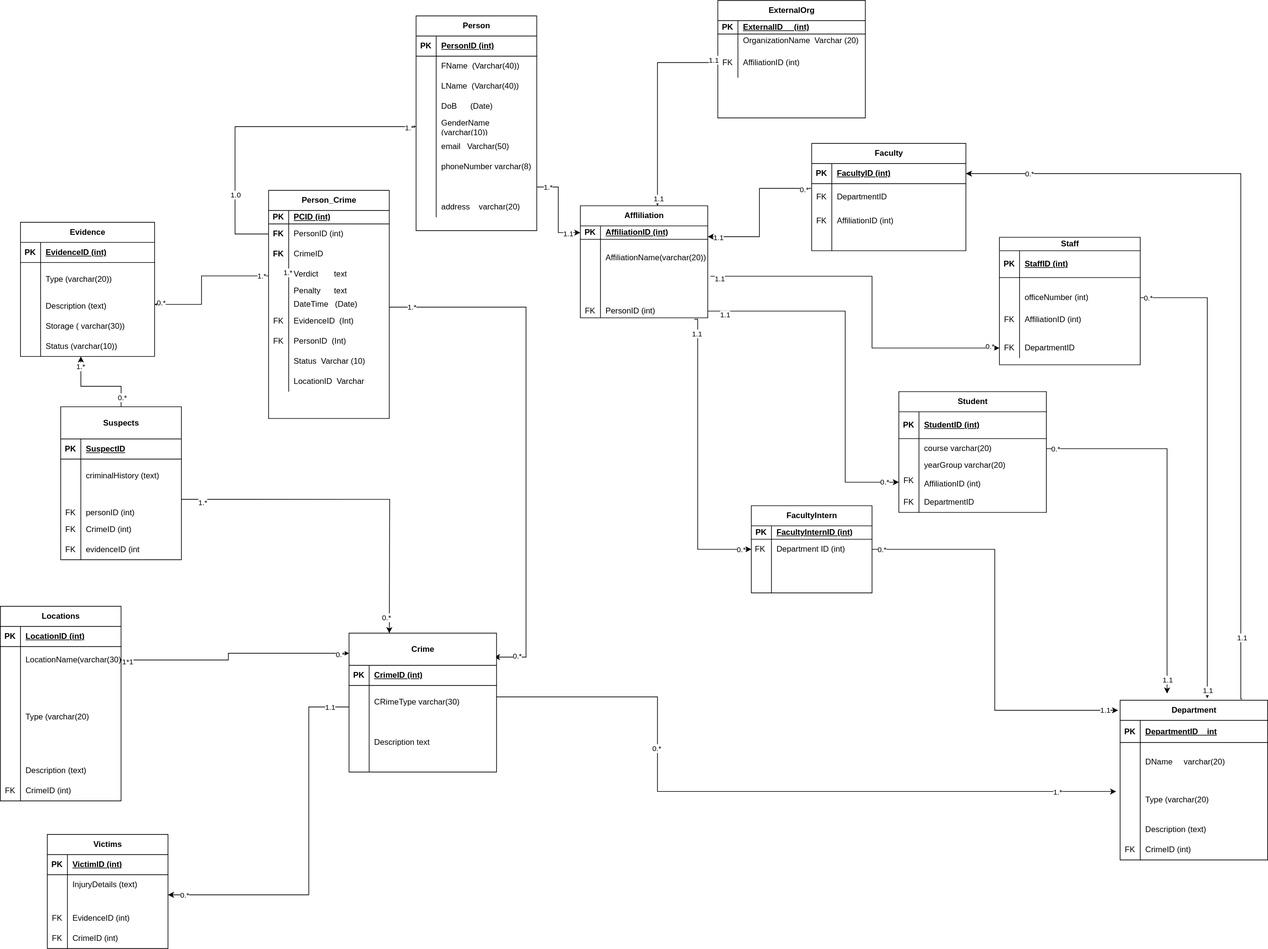
Priscile2/Diagrams keeps this draw.io diagram as Untitled Diagram.drawio.svg. Above is the earlier version. Source tidied: cells renumbered, new cells last; positions are measured from the earlier drawing's top-left corner, leaving out a move shared by most shapes.
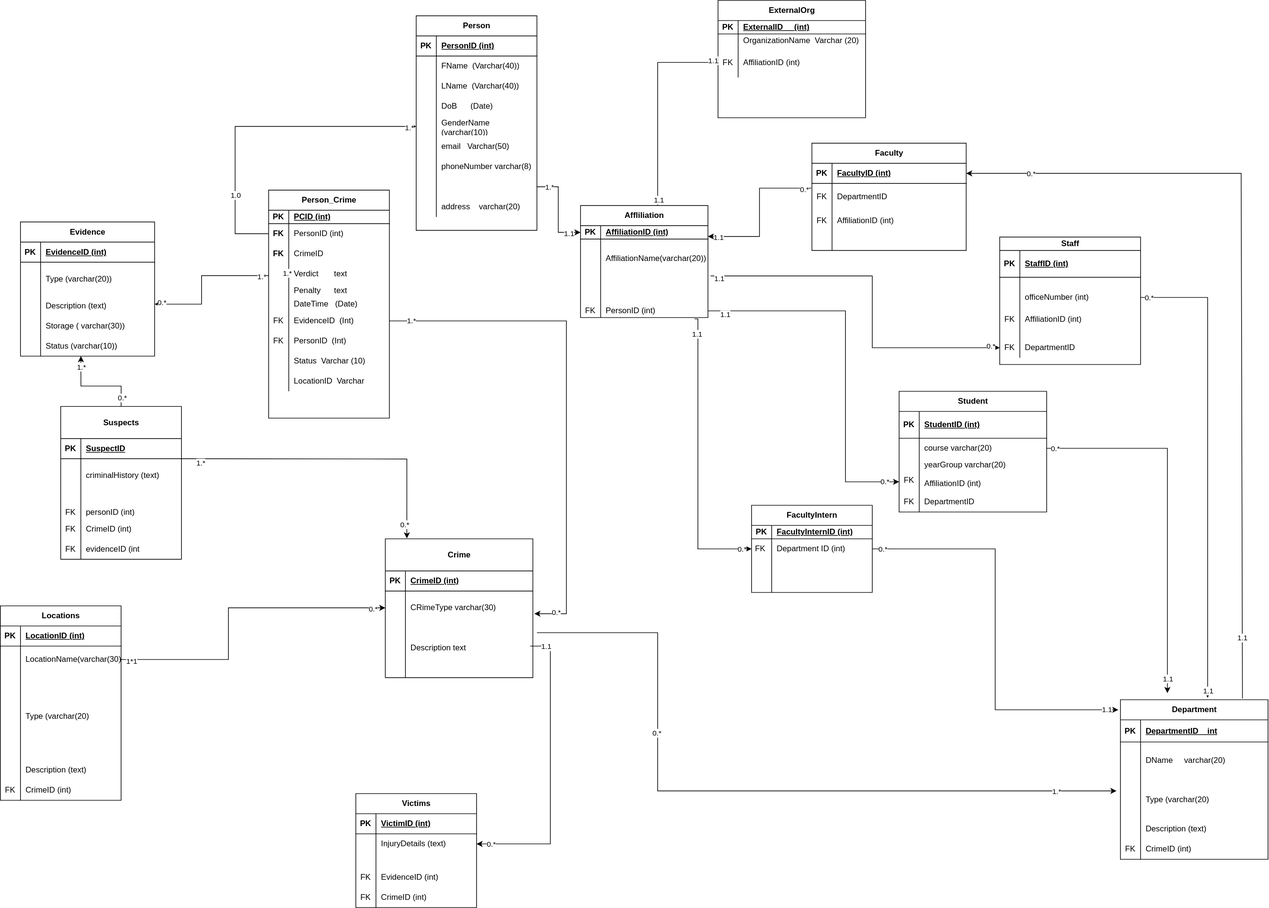
After the change.

The edit, as a diff of the source:
```diff
@@ -479,9 +479,9 @@
     <mxCell id="160" value="AffiliationID (int)" style="shape=partialRectangle;fillColor=none;top=0;left=0;bottom=0;right=0;align=left;spacingLeft=6;overflow=hidden;whiteSpace=wrap;html=1;" parent="158" vertex="1">
       <mxGeometry x="30" width="190" height="45" as="geometry" />
     </mxCell>
-    <mxCell id="161" style="edgeStyle=elbowEdgeStyle;rounded=0;jettySize=auto;html=1;exitX=1;exitY=0.5;exitDx=0;exitDy=0;entryX=-0.027;entryY=0.276;entryDx=0;entryDy=0;entryPerimeter=0;" parent="1" edge="1" target="53">
+    <mxCell id="161" style="edgeStyle=elbowEdgeStyle;rounded=0;jettySize=auto;html=1;entryX=-0.027;entryY=0.276;entryDx=0;entryDy=0;entryPerimeter=0;" parent="1" edge="1" target="53">
       <mxGeometry relative="1" as="geometry">
-        <mxPoint x="740" y="1038" as="sourcePoint" />
+        <mxPoint x="800" y="943" as="sourcePoint" />
         <Array as="points">
           <mxPoint x="980" y="1013" />
         </Array>
@@ -496,7 +496,7 @@
       <mxGeometry x="-0.4" y="-2" relative="1" as="geometry" />
     </mxCell>
     <mxCell id="164" value="Victims" style="shape=table;startSize=30;rowLines=0;fontStyle=1;align=center;html=1;" parent="1" vertex="1">
-      <mxGeometry x="70" y="1243" width="180" height="170" as="geometry" />
+      <mxGeometry x="530" y="1183" width="180" height="170" as="geometry" />
     </mxCell>
     <mxCell id="165" style="shape=tableRow;horizontal=0;startSize=0;swimlaneHead=0;swimlaneBody=0;fillColor=none;top=0;left=0;right=0;bottom=1;" parent="164" vertex="1">
       <mxGeometry y="30" width="180" height="30" as="geometry" />
@@ -652,12 +652,11 @@
     <mxCell id="214" value="1.0" style="edgeLabel;html=1;align=center;verticalAlign=middle;" parent="212" vertex="1">
       <mxGeometry x="-0.55" relative="1" as="geometry" />
     </mxCell>
-    <mxCell id="215" style="edgeStyle=elbowEdgeStyle;rounded=0;orthogonalLoop=1;jettySize=auto;html=1;entryX=0.51;entryY=-0.467;entryDx=0;entryDy=0;entryPerimeter=0;" parent="1" edge="1">
+    <mxCell id="215" style="edgeStyle=elbowEdgeStyle;rounded=0;jettySize=auto;html=1;entryX=0.51;entryY=-0.467;entryDx=0;entryDy=0;entryPerimeter=0;exitX=1;exitY=0.5;exitDx=0;exitDy=0;" parent="1" edge="1" source="97">
       <mxGeometry relative="1" as="geometry">
-        <mxPoint x="580" y="457" as="sourcePoint" />
-        <mxPoint x="736.2" y="978.7" as="targetPoint" />
+        <mxPoint x="796.2" y="914.7" as="targetPoint" />
         <Array as="points">
-          <mxPoint x="784" y="718" />
+          <mxPoint x="844" y="654" />
         </Array>
       </mxGeometry>
     </mxCell>
@@ -776,12 +775,11 @@
     <mxCell id="239" value="1.*" style="edgeLabel;html=1;align=center;verticalAlign=middle;" parent="236" vertex="1">
       <mxGeometry x="-0.9" relative="1" as="geometry" />
     </mxCell>
-    <mxCell id="240" style="edgeStyle=elbowEdgeStyle;rounded=0;orthogonalLoop=1;jettySize=auto;html=1;entryX=1;entryY=0.5;entryDx=0;entryDy=0;exitX=0;exitY=0.5;exitDx=0;exitDy=0;" parent="1" edge="1">
+    <mxCell id="240" style="edgeStyle=elbowEdgeStyle;rounded=0;jettySize=auto;html=1;entryX=1;entryY=0.5;entryDx=0;entryDy=0;" parent="1" edge="1" target="168">
       <mxGeometry relative="1" as="geometry">
-        <mxPoint x="520" y="1053" as="sourcePoint" />
-        <mxPoint x="250" y="1333" as="targetPoint" />
+        <mxPoint x="790" y="963" as="sourcePoint" />
         <Array as="points">
-          <mxPoint x="460" y="1258" />
+          <mxPoint x="820" y="1103" />
         </Array>
       </mxGeometry>
     </mxCell>
@@ -791,10 +789,9 @@
     <mxCell id="242" value="0.*" style="edgeLabel;html=1;align=center;verticalAlign=middle;" parent="240" vertex="1">
       <mxGeometry x="0.91" relative="1" as="geometry" />
     </mxCell>
-    <mxCell id="243" style="edgeStyle=elbowEdgeStyle;rounded=0;orthogonalLoop=1;jettySize=auto;html=1;exitX=1;exitY=0.5;exitDx=0;exitDy=0;entryX=0;entryY=0.5;entryDx=0;entryDy=0;" parent="1" edge="1">
+    <mxCell id="243" style="edgeStyle=elbowEdgeStyle;rounded=0;jettySize=auto;html=1;exitX=1;exitY=0.5;exitDx=0;exitDy=0;entryX=0;entryY=0.5;entryDx=0;entryDy=0;" parent="1" edge="1" target="292">
       <mxGeometry relative="1" as="geometry">
         <mxPoint x="180" y="983" as="sourcePoint" />
-        <mxPoint x="520" y="973" as="targetPoint" />
         <Array as="points">
           <mxPoint x="340" y="888" />
         </Array>
@@ -938,9 +935,9 @@
     <mxCell id="284" value="evidenceID (int" style="shape=partialRectangle;fillColor=none;top=0;left=0;bottom=0;right=0;align=left;spacingLeft=6;overflow=hidden;whiteSpace=wrap;html=1;" parent="282" vertex="1">
       <mxGeometry x="30" width="150" height="30" as="geometry" />
     </mxCell>
-    <mxCell id="285" style="edgeStyle=orthogonalEdgeStyle;rounded=0;jettySize=auto;html=1;exitX=1;exitY=0.5;exitDx=0;exitDy=0;entryX=0.273;entryY=0;entryDx=0;entryDy=0;entryPerimeter=0;" parent="1" edge="1" source="273">
+    <mxCell id="285" style="edgeStyle=orthogonalEdgeStyle;rounded=0;jettySize=auto;html=1;exitX=1;exitY=0.5;exitDx=0;exitDy=0;entryX=0.146;entryY=-0.003;entryDx=0;entryDy=0;entryPerimeter=0;" parent="1" edge="1" target="288">
       <mxGeometry relative="1" as="geometry">
-        <mxPoint x="580.1" y="943" as="targetPoint" />
+        <mxPoint x="269.3" y="683.5" as="sourcePoint" />
       </mxGeometry>
     </mxCell>
     <mxCell id="286" value="0.*" style="edgeLabel;html=1;align=center;verticalAlign=middle;" parent="285" vertex="1">
@@ -952,7 +949,7 @@
       <mxGeometry x="-0.88" y="-5" relative="1" as="geometry" />
     </mxCell>
     <mxCell id="288" value="Crime" style="shape=table;startSize=48;rowLines=0;fontStyle=1;align=center;html=1;" parent="1" vertex="1">
-      <mxGeometry x="520" y="943" width="220" height="207" as="geometry" />
+      <mxGeometry x="574" y="803" width="220" height="207" as="geometry" />
     </mxCell>
     <mxCell id="289" style="shape=tableRow;horizontal=0;startSize=0;swimlaneHead=0;swimlaneBody=0;fillColor=none;top=0;left=0;right=0;bottom=1;" parent="288" vertex="1">
       <mxGeometry y="48" width="220" height="30" as="geometry" />
```
